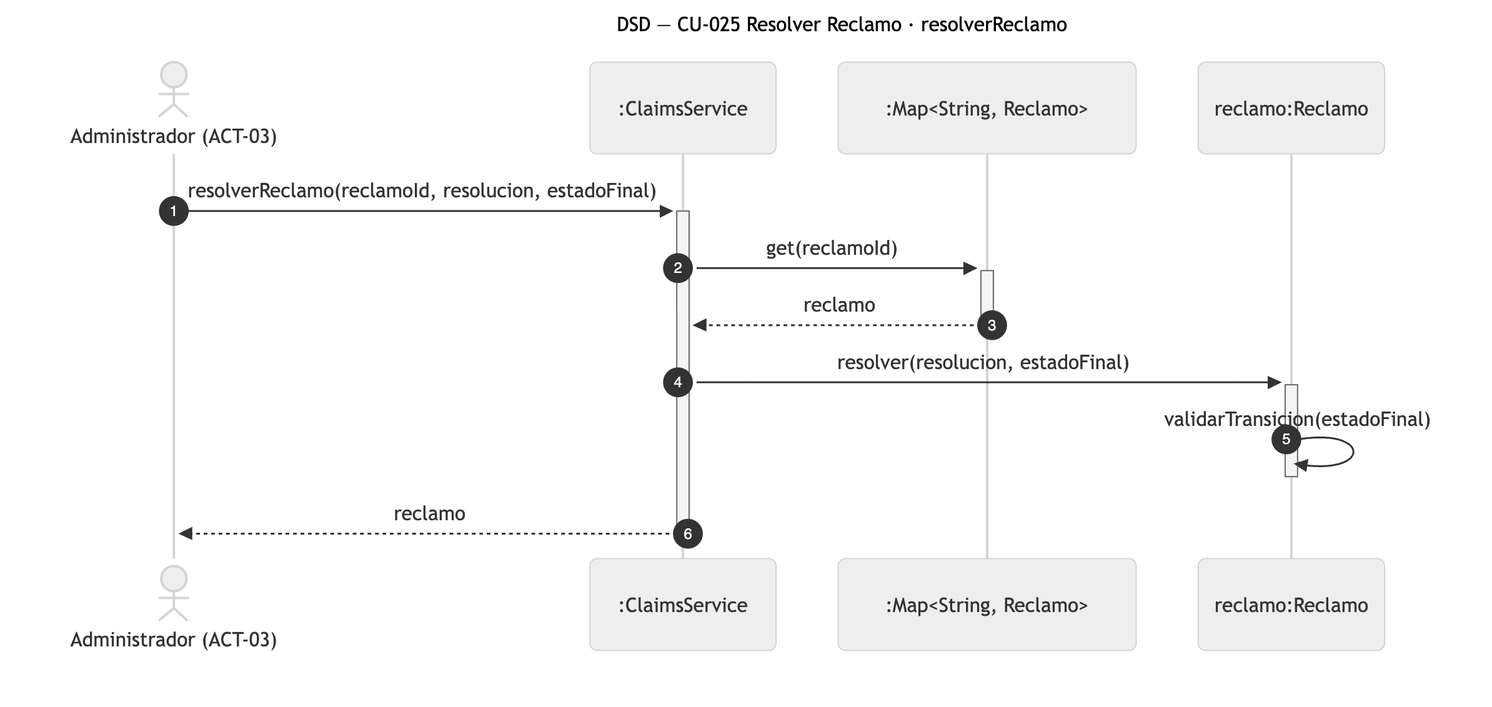
Before: diagramas/png/DSD_CU-025_resolverReclamo.png, a diagram exported from Mermaid (Nahuelito-Dev/splg-docs). Its source is kept beside it as diagramas/DSD_CU-025_resolverReclamo.mmd. The source it was exported from:
```mermaid
sequenceDiagram
    title DSD — CU-025 Resolver Reclamo · resolverReclamo
    autonumber
    actor ADM as Administrador (ACT-03)
    participant SRV as :ClaimsService
    participant COL as :Map#lt;String, Reclamo#gt;
    participant REC as reclamo:Reclamo

    ADM->>+SRV: resolverReclamo(reclamoId, resolucion, estadoFinal)
    SRV->>+COL: get(reclamoId)
    COL-->>-SRV: reclamo
    SRV->>+REC: resolver(resolucion, estadoFinal)
    REC->>REC: validarTransicion(estadoFinal)
    deactivate REC
    SRV-->>-ADM: reclamo
```
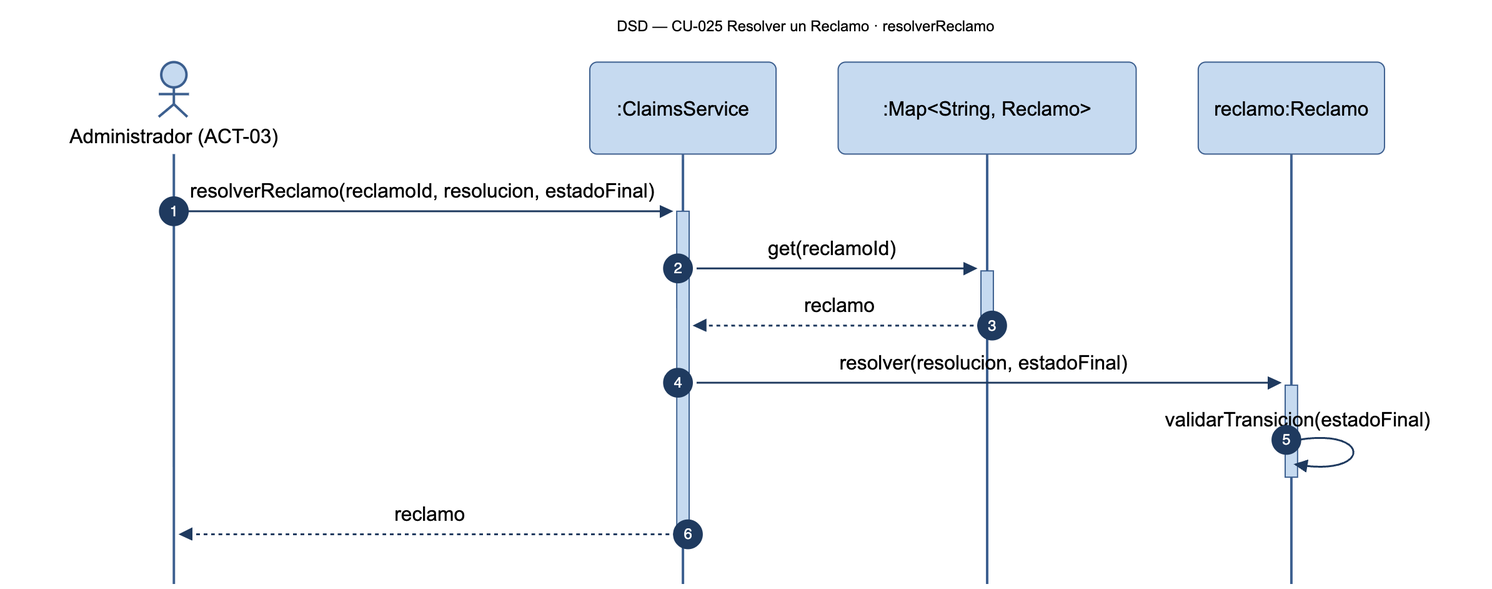
After the commit.

Diff of the diagram source:
```diff
@@ -1,5 +1,5 @@
 sequenceDiagram
-    title DSD — CU-025 Resolver Reclamo · resolverReclamo
+    title DSD — CU-025 Resolver un Reclamo · resolverReclamo
     autonumber
     actor ADM as Administrador (ACT-03)
     participant SRV as :ClaimsService
```
